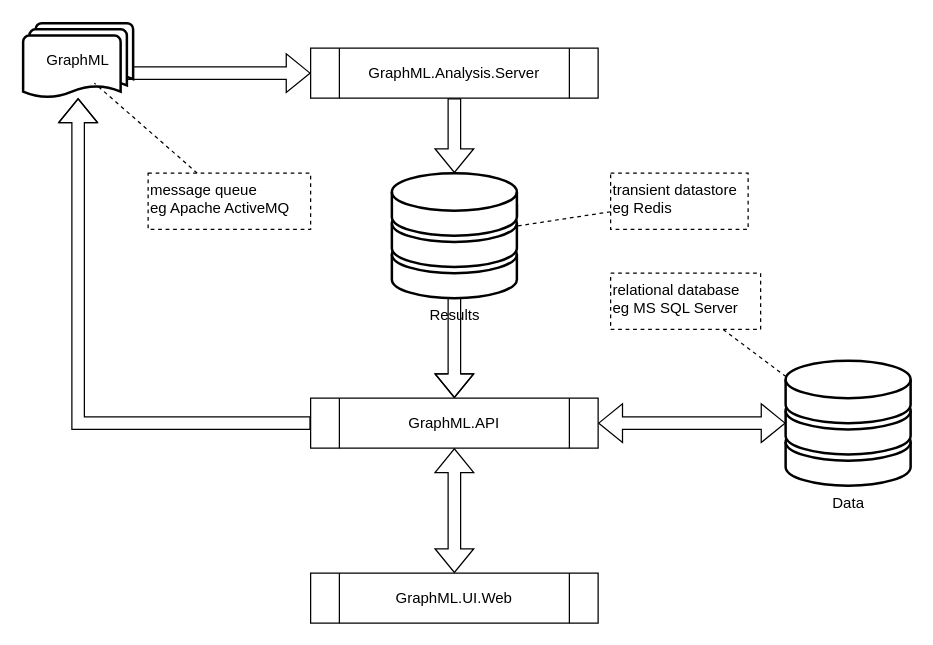
Earlier version of the draw.io diagram page "Architecture" (1 of 3) of Docs/GraphML.drawio (TrevorDArcyEvans/GraphML). Source tidied: cells renumbered, new cells numbered last; positions are measured from the earlier drawing's top-left corner, leaving out a move shared by most shapes. Both pictures are drawn from the tidied source at 125%, with x=0, y=0 at pixel (22, 22).
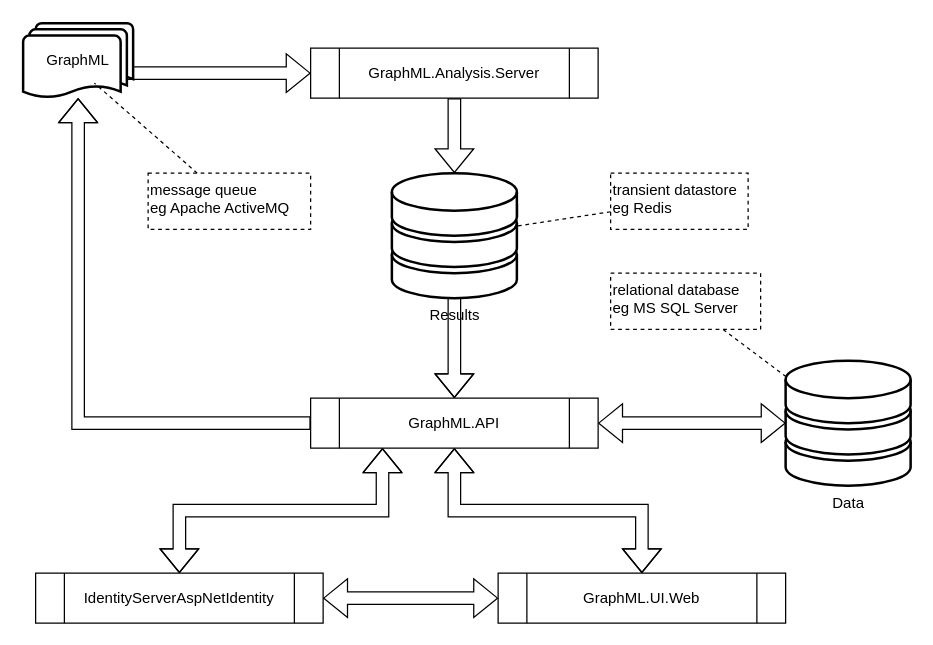
The same page after the edit.

The change refers to these unchanged cells:
```xml
<mxCell id="13" value="GraphML.API" style="shape=process;whiteSpace=wrap;html=1;backgroundOutline=1;" parent="1" vertex="1">
  <mxGeometry x="230" y="300" width="230" height="40" as="geometry" />
</mxCell>
```

Diff of the diagram source:
```diff
@@
     <mxCell id="10" value="GraphML.UI.Web" style="shape=process;whiteSpace=wrap;html=1;backgroundOutline=1;" parent="1" vertex="1">
-      <mxGeometry x="230" y="440" width="230" height="40" as="geometry" />
+      <mxGeometry x="380" y="440" width="230" height="40" as="geometry" />
     </mxCell>
@@
+    <mxCell id="20" value="IdentityServerAspNetIdentity" style="shape=process;whiteSpace=wrap;html=1;backgroundOutline=1;" parent="1" vertex="1">
+      <mxGeometry x="10" y="440" width="230" height="40" as="geometry" />
+    </mxCell>
+    <mxCell id="21" style="edgeStyle=orthogonalEdgeStyle;shape=flexArrow;rounded=0;jettySize=auto;html=1;fontColor=#000000;startArrow=block;exitX=0;exitY=0.5;exitDx=0;exitDy=0;entryX=1;entryY=0.5;entryDx=0;entryDy=0;" parent="1" edge="1" source="10" target="20">
+      <mxGeometry relative="1" as="geometry" />
+    </mxCell>
+    <mxCell id="22" style="edgeStyle=orthogonalEdgeStyle;shape=flexArrow;rounded=0;jettySize=auto;html=1;fontColor=#000000;startArrow=block;entryX=0.25;entryY=1;entryDx=0;entryDy=0;exitX=0.5;exitY=0;exitDx=0;exitDy=0;" parent="1" edge="1" source="20" target="13">
+      <mxGeometry relative="1" as="geometry" />
+    </mxCell>
```
